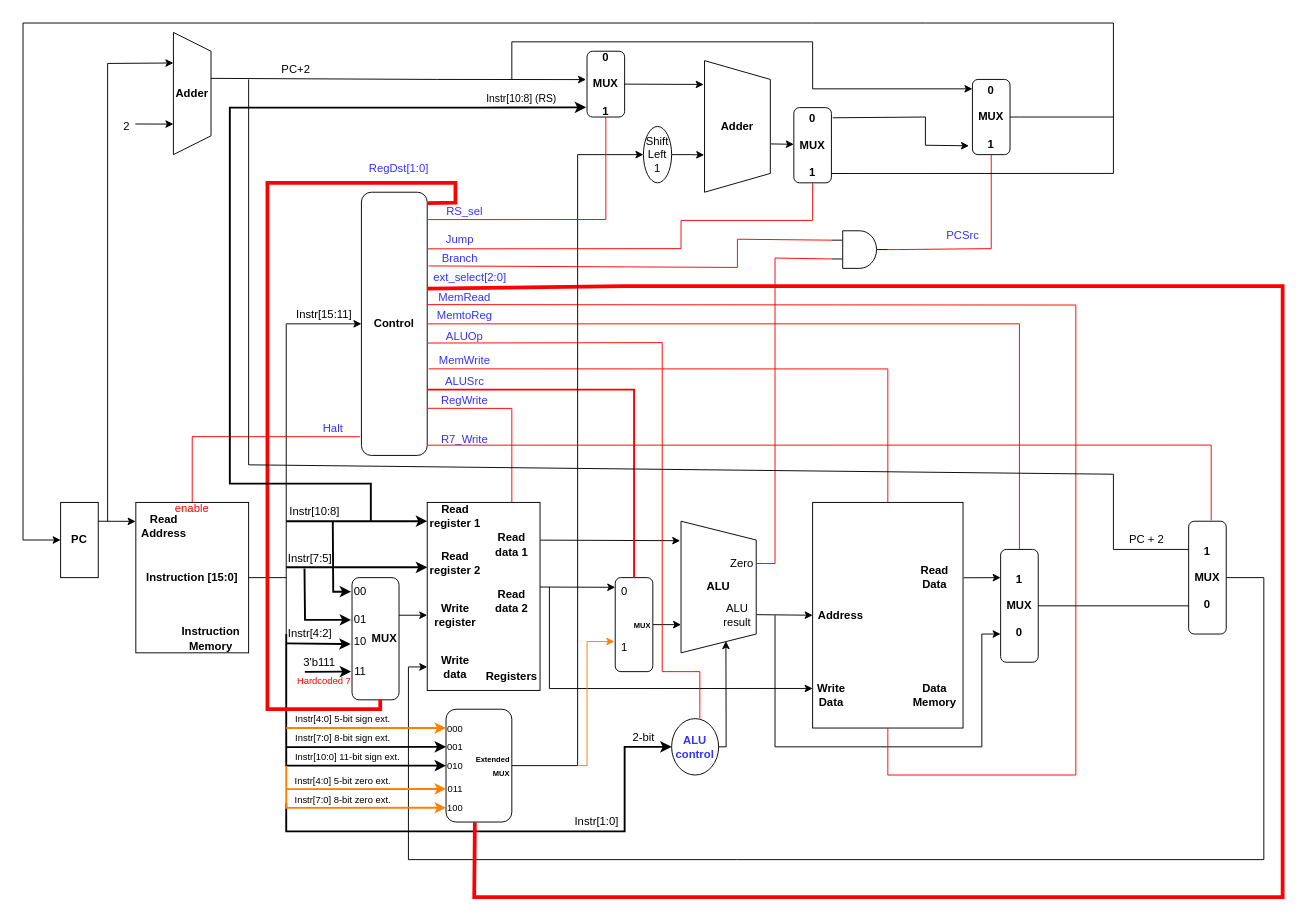
Earlier version of the draw.io diagram WISC-SP22.drawio (joshmeiyb/ECE552). Source tidied: cells renumbered, new cells numbered last; positions are measured from the earlier drawing's top-left corner, leaving out a move shared by most shapes. Both pictures are drawn from the tidied source at 94%, with x=0, y=0 at pixel (23, 23).
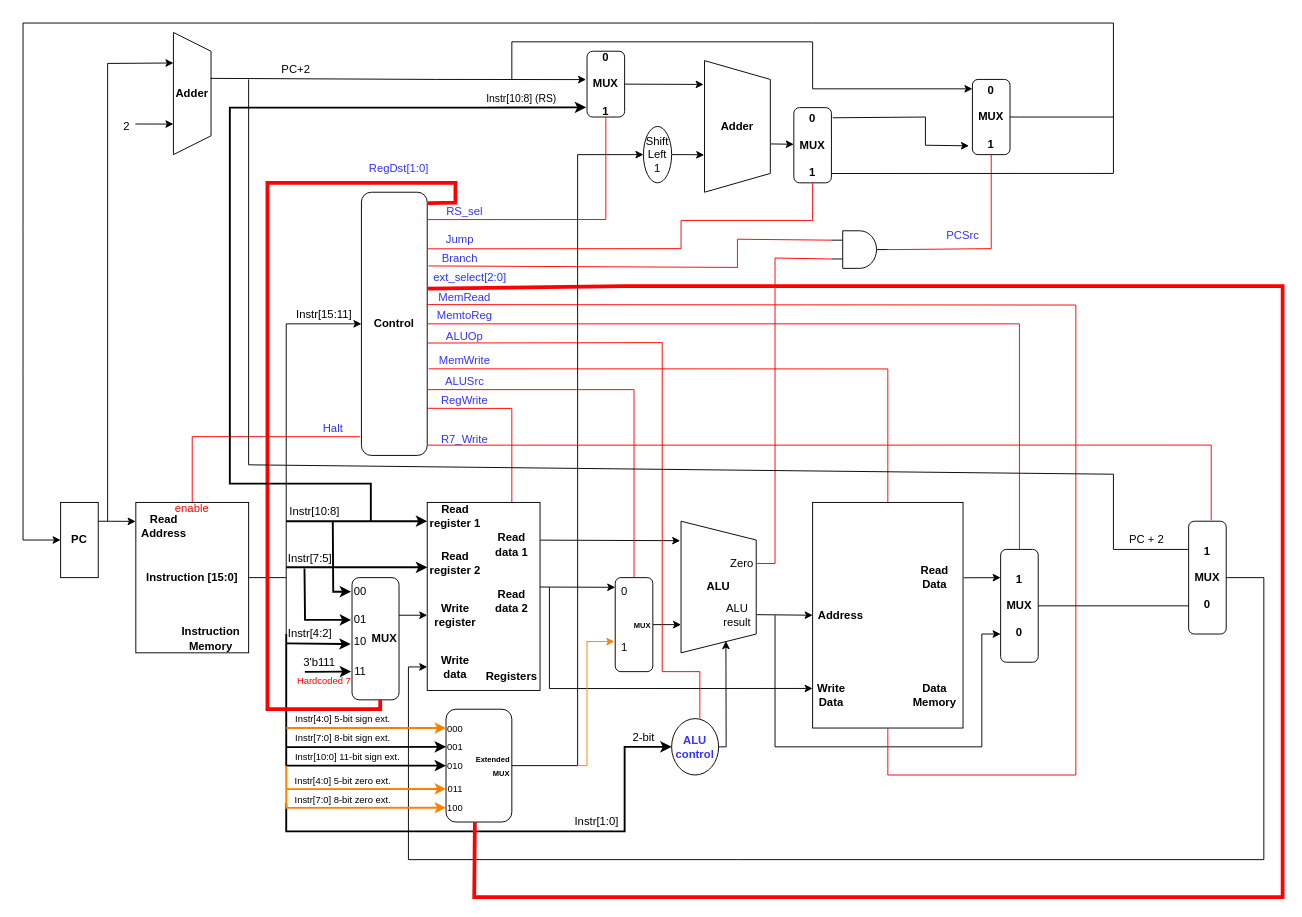
The same diagram, later.

Unchanged cells that the change refers to:
```xml
<mxCell id="35" value="&lt;div&gt;&lt;b&gt;&lt;font style=&quot;font-size: 8px&quot;&gt;MUX&lt;/font&gt;&lt;/b&gt;&lt;/div&gt;" style="rounded=1;whiteSpace=wrap;html=1;align=right;" parent="1" vertex="1">
  <mxGeometry x="630" y="590" width="40" height="100" as="geometry" />
</mxCell>
<mxCell id="68" value="&lt;b&gt;Control&lt;/b&gt;" style="rounded=1;whiteSpace=wrap;html=1;" parent="1" vertex="1">
  <mxGeometry x="360" y="180" width="70" height="280" as="geometry" />
</mxCell>
```

The edit, as a diff of the source:
```diff
@@
-    <mxCell id="78" style="endArrow=none;html=1;rounded=0;strokeColor=#FF0000;exitX=1;exitY=0.75;exitDx=0;exitDy=0;entryX=0.5;entryY=0;entryDx=0;entryDy=0;strokeWidth=2;" parent="1" edge="1" source="68" target="35">
+    <mxCell id="78" style="endArrow=none;html=1;rounded=0;strokeColor=#FF0000;exitX=1;exitY=0.75;exitDx=0;exitDy=0;entryX=0.5;entryY=0;entryDx=0;entryDy=0;strokeWidth=1;" parent="1" edge="1" source="68" target="35">
       <mxGeometry relative="1" as="geometry">
         <Array as="points">
           <mxPoint x="650" y="390" />
         </Array>
       </mxGeometry>
     </mxCell>
```
